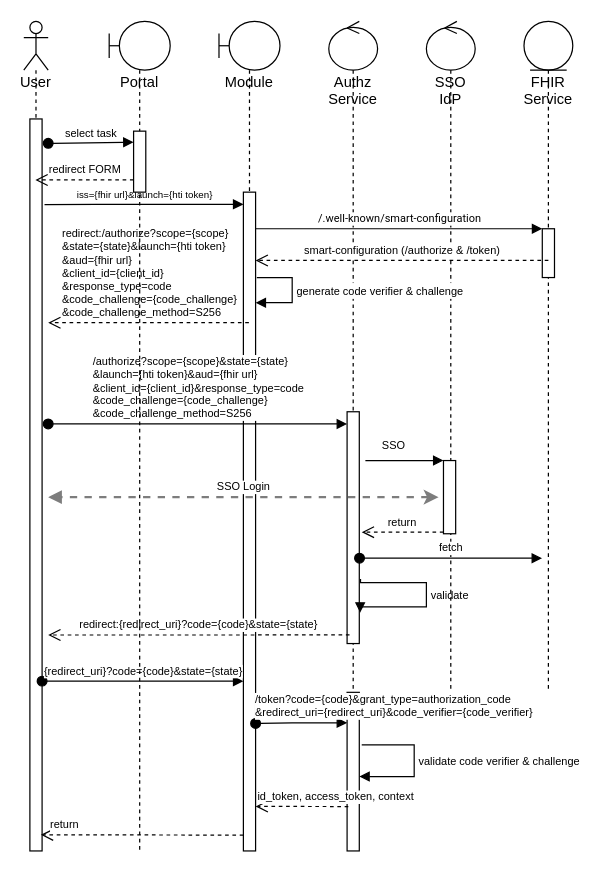
This is topics/SMART on FHIR app launch and HTI.drawio from Koppeltaal/Koppeltaal-2.0-Specificaties-en-Architectuur, a draw.io file, before an edit. Source tidied: cells renumbered, new cells numbered last; positions are measured from the earlier drawing's top-left corner, leaving out a move shared by most shapes. Both pictures are drawn from the tidied source at 122%, with x=0, y=0 at pixel (23, 21).
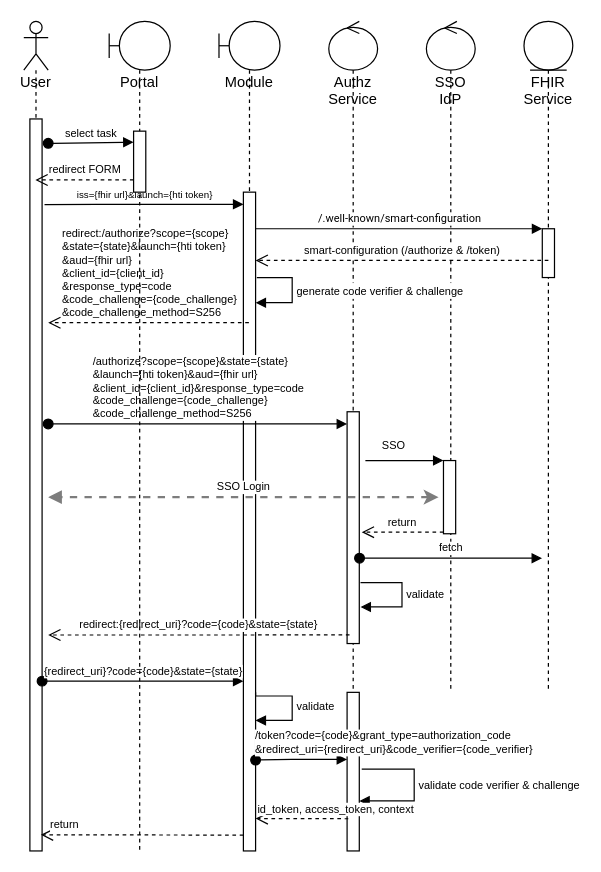
Above is the later version.

The change refers to these unchanged cells:
```xml
<mxCell id="6" value="Authz Service" style="shape=umlLifeline;participant=umlControl;perimeter=lifelinePerimeter;whiteSpace=wrap;html=1;verticalAlign=top;spacingTop=36;" parent="1" vertex="1">
  <mxGeometry x="250" width="40" height="680" as="geometry" />
</mxCell>
<mxCell id="7" style="html=1;points=[];perimeter=orthogonalPerimeter;fontSize=9;" parent="6" vertex="1">
  <mxGeometry x="15" y="320" width="10" height="190" as="geometry" />
</mxCell>
<mxCell id="8" style="html=1;points=[];perimeter=orthogonalPerimeter;fontSize=9;" parent="6" vertex="1">
  <mxGeometry x="15" y="550" width="10" height="130" as="geometry" />
</mxCell>
```

Change to the diagram source:
```diff
@@
-    <mxCell id="9" value="validate" style="edgeStyle=orthogonalEdgeStyle;html=1;align=left;spacingLeft=2;endArrow=block;rounded=0;fontSize=9;strokeColor=#030303;strokeWidth=1;exitX=1.1;exitY=0.721;exitDx=0;exitDy=0;exitPerimeter=0;entryX=1.067;entryY=0.867;entryDx=0;entryDy=0;entryPerimeter=0;" parent="6" edge="1" source="7" target="7">
+    <mxCell id="9" value="validate" style="edgeStyle=orthogonalEdgeStyle;html=1;align=left;spacingLeft=2;endArrow=block;rounded=0;fontSize=9;strokeColor=#030303;strokeWidth=1;" parent="6" edge="1">
       <mxGeometry relative="1" as="geometry">
+        <mxPoint x="26" y="460" as="sourcePoint" />
+        <mxPoint x="26" y="480" as="targetPoint" />
         <Array as="points">
-          <mxPoint x="26" y="460" />
-          <mxPoint x="80" y="460" />
-          <mxPoint x="80" y="480" />
-          <mxPoint x="26" y="480" />
+          <mxPoint x="60" y="460" />
+          <mxPoint x="60" y="480" />
         </Array>
       </mxGeometry>
     </mxCell>
-    <mxCell id="10" value="validate code verifier &amp;amp; challenge" style="edgeStyle=orthogonalEdgeStyle;html=1;align=left;spacingLeft=2;endArrow=block;rounded=0;entryX=1;entryY=0.531;fontSize=9;entryDx=0;entryDy=0;entryPerimeter=0;exitX=1.2;exitY=0.331;exitDx=0;exitDy=0;exitPerimeter=0;" parent="6" edge="1" source="8" target="8">
+    <mxCell id="10" value="validate code verifier &amp;amp; challenge" style="edgeStyle=orthogonalEdgeStyle;html=1;align=left;spacingLeft=2;endArrow=block;rounded=0;entryX=1;entryY=0.531;fontSize=9;entryDx=0;entryDy=0;entryPerimeter=0;exitX=1.2;exitY=0.331;exitDx=0;exitDy=0;exitPerimeter=0;" parent="6" edge="1">
       <mxGeometry relative="1" as="geometry">
+        <mxPoint x="27" y="613" as="sourcePoint" />
+        <mxPoint x="25" y="639" as="targetPoint" />
         <Array as="points">
-          <mxPoint x="70" y="593" />
-          <mxPoint x="70" y="619" />
+          <mxPoint x="70" y="613" />
+          <mxPoint x="70" y="639" />
         </Array>
       </mxGeometry>
     </mxCell>
@@
     <mxCell id="27" value="&lt;span style=&quot;&quot; id=&quot;docs-internal-guid-0ab07bfd-7fff-b5ed-49af-7fb6f616343c&quot;&gt;&lt;div style=&quot;border-color: var(--border-color);&quot;&gt;/token?code={code}&amp;amp;grant_type=authorization_code&lt;/div&gt;&lt;div style=&quot;border-color: var(--border-color);&quot;&gt;&amp;amp;redirect_uri={redirect_uri}&amp;amp;code_verifier={code_verifier}&lt;/div&gt;&lt;/span&gt;" style="html=1;verticalAlign=bottom;startArrow=oval;endArrow=block;startSize=8;rounded=0;fontSize=9;strokeWidth=1;exitX=1;exitY=0.57;exitDx=0;exitDy=0;exitPerimeter=0;align=left;" parent="1" edge="1">
       <mxGeometry x="-1" y="-2" relative="1" as="geometry">
-        <mxPoint x="190" y="575.5" as="sourcePoint" />
-        <mxPoint x="265" y="575" as="targetPoint" />
+        <mxPoint x="190" y="605.5" as="sourcePoint" />
+        <mxPoint x="265" y="605" as="targetPoint" />
         <Array as="points">
-          <mxPoint x="220" y="575" />
+          <mxPoint x="220" y="605" />
         </Array>
         <mxPoint x="-2" y="-2" as="offset" />
       </mxGeometry>
     </mxCell>
-    <mxCell id="28" value="id_token, access_token, context" style="html=1;verticalAlign=bottom;endArrow=open;dashed=1;endSize=8;rounded=0;fontSize=9;strokeColor=#030303;strokeWidth=1;exitX=0.1;exitY=0.72;exitDx=0;exitDy=0;exitPerimeter=0;entryX=1;entryY=0.757;entryDx=0;entryDy=0;entryPerimeter=0;align=left;" parent="1" edge="1" source="8">
+    <mxCell id="28" value="id_token, access_token, context" style="html=1;verticalAlign=bottom;endArrow=open;dashed=1;endSize=8;rounded=0;fontSize=9;strokeColor=#030303;strokeWidth=1;exitX=0.1;exitY=0.72;exitDx=0;exitDy=0;exitPerimeter=0;entryX=1;entryY=0.757;entryDx=0;entryDy=0;entryPerimeter=0;align=left;" parent="1" edge="1">
       <mxGeometry x="1" relative="1" as="geometry">
-        <mxPoint x="190" y="643.5" as="targetPoint" />
+        <mxPoint x="266" y="653.6" as="sourcePoint" />
+        <mxPoint x="190" y="653.5" as="targetPoint" />
       </mxGeometry>
     </mxCell>
@@
+    <mxCell id="34" value="validate" style="edgeStyle=orthogonalEdgeStyle;html=1;align=left;spacingLeft=2;endArrow=block;rounded=0;fontSize=9;strokeColor=#030303;strokeWidth=1;exitX=1.1;exitY=0.721;exitDx=0;exitDy=0;exitPerimeter=0;" parent="1" edge="1">
+      <mxGeometry relative="1" as="geometry">
+        <mxPoint x="190" y="550" as="sourcePoint" />
+        <mxPoint x="190" y="573" as="targetPoint" />
+        <Array as="points">
+          <mxPoint x="190" y="553" />
+          <mxPoint x="220" y="553" />
+          <mxPoint x="220" y="573" />
+        </Array>
+      </mxGeometry>
+    </mxCell>
```
